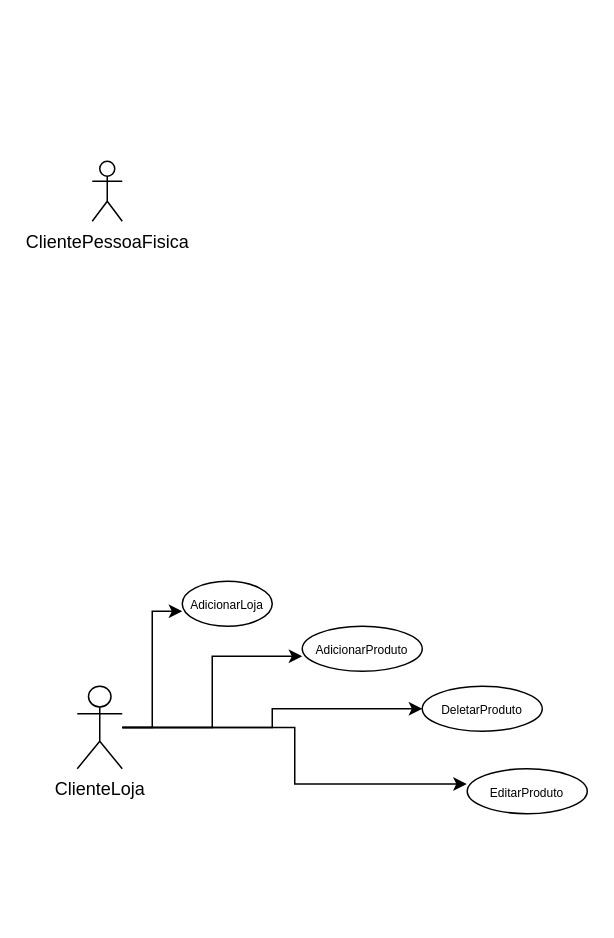
Earlier version of the draw.io diagram DiagramasPIMVII.drawio (GustavoFerreira143/AtividadeSenai). Source tidied: cells renumbered, new cells numbered last; positions are measured from the earlier drawing's top-left corner, leaving out a move shared by most shapes. Both pictures are drawn from the tidied source at 150%, with x=0, y=0 at pixel (76, 160).
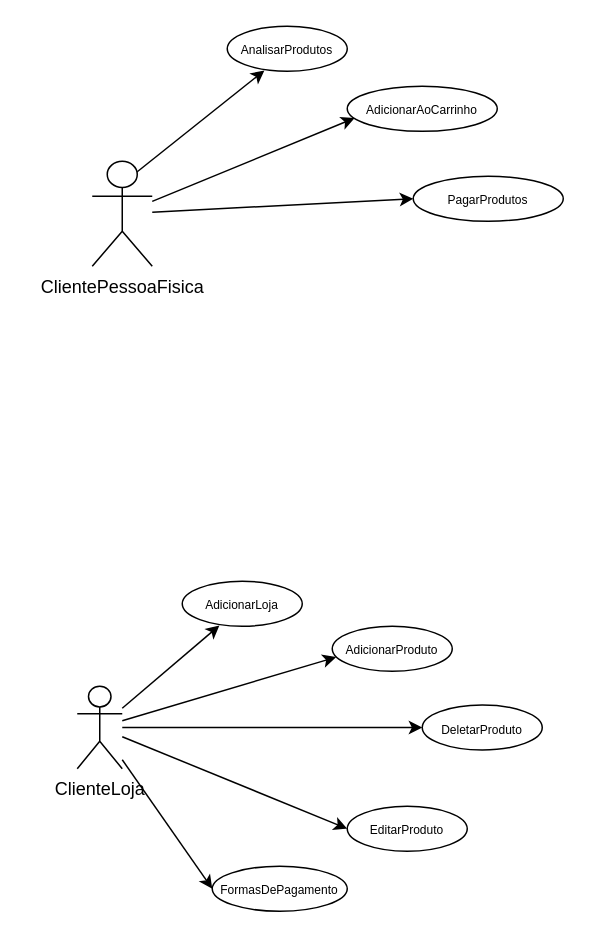
Above is the later version.

Change to the diagram source:
```diff
@@
 <mxGraphModel>
   <root>
     <mxCell id="0" />
     <mxCell id="1" parent="0" />
     <mxCell id="2" value="ClientePessoaFisica" style="shape=umlActor;verticalLabelPosition=bottom;verticalAlign=top;html=1;outlineConnect=0;" parent="1" vertex="1">
-      <mxGeometry x="10" width="20" height="40" as="geometry" />
+      <mxGeometry x="10" width="40" height="70" as="geometry" />
     </mxCell>
+    <mxCell id="5" value="ClienteLoja" style="shape=umlActor;verticalLabelPosition=bottom;verticalAlign=top;html=1;outlineConnect=0;" parent="1" vertex="1">
+      <mxGeometry y="350" width="30" height="55" as="geometry" />
+    </mxCell>
+    <mxCell id="6" value="&lt;font style=&quot;font-size: 8px;&quot;&gt;AdicionarLoja&lt;/font&gt;" style="ellipse;whiteSpace=wrap;html=1;" parent="1" vertex="1">
+      <mxGeometry x="70" y="280" width="80" height="30" as="geometry" />
+    </mxCell>
+    <mxCell id="8" value="&lt;font style=&quot;font-size: 8px;&quot;&gt;AdicionarProduto&lt;/font&gt;" style="ellipse;whiteSpace=wrap;html=1;" parent="1" vertex="1">
+      <mxGeometry x="170" y="310" width="80" height="30" as="geometry" />
+    </mxCell>
+    <mxCell id="10" value="&lt;font style=&quot;font-size: 8px;&quot;&gt;DeletarProduto&lt;/font&gt;" style="ellipse;whiteSpace=wrap;html=1;" parent="1" vertex="1">
+      <mxGeometry x="230" y="362.5" width="80" height="30" as="geometry" />
+    </mxCell>
+    <mxCell id="11" value="&lt;font style=&quot;font-size: 8px;&quot;&gt;EditarProduto&lt;/font&gt;" style="ellipse;whiteSpace=wrap;html=1;" parent="1" vertex="1">
+      <mxGeometry x="180" y="430" width="80" height="30" as="geometry" />
+    </mxCell>
+    <mxCell id="12" value="&lt;span style=&quot;font-size: 8px;&quot;&gt;FormasDePagamento&lt;/span&gt;" style="ellipse;whiteSpace=wrap;html=1;" parent="1" vertex="1">
+      <mxGeometry x="90" y="470" width="90" height="30" as="geometry" />
+    </mxCell>
+    <mxCell id="13" style="endArrow=classic;html=1;rounded=0;entryX=0;entryY=0.5;entryDx=0;entryDy=0;" parent="1" edge="1" source="5" target="12">
+      <mxGeometry relative="1" as="geometry" />
+    </mxCell>
+    <mxCell id="7" style="endArrow=classic;html=1;rounded=0;entryX=0.31;entryY=0.981;entryDx=0;entryDy=0;entryPerimeter=0;" parent="1" edge="1" source="5" target="6">
+      <mxGeometry relative="1" as="geometry" />
+    </mxCell>
+    <mxCell id="9" style="endArrow=classic;html=1;rounded=0;entryX=0.032;entryY=0.686;entryDx=0;entryDy=0;entryPerimeter=0;" parent="1" edge="1" source="5" target="8">
+      <mxGeometry relative="1" as="geometry" />
+    </mxCell>
-    <mxCell id="3" style="edgeStyle=orthogonalEdgeStyle;rounded=0;jettySize=auto;html=1;entryX=0;entryY=0.5;entryDx=0;entryDy=0;" parent="1" edge="1" source="5" target="10">
+    <mxCell id="3" style="endArrow=classic;html=1;rounded=0;entryX=0;entryY=0.5;entryDx=0;entryDy=0;" parent="1" edge="1" source="5" target="10">
       <mxGeometry relative="1" as="geometry" />
     </mxCell>
-    <mxCell id="4" style="edgeStyle=orthogonalEdgeStyle;rounded=0;jettySize=auto;html=1;entryX=-0.004;entryY=0.338;entryDx=0;entryDy=0;entryPerimeter=0;" parent="1" edge="1" source="5" target="11">
+    <mxCell id="4" style="endArrow=classic;html=1;rounded=0;entryX=0;entryY=0.5;entryDx=0;entryDy=0;" parent="1" edge="1" source="5" target="11">
       <mxGeometry relative="1" as="geometry" />
     </mxCell>
-    <mxCell id="5" value="ClienteLoja" style="shape=umlActor;verticalLabelPosition=bottom;verticalAlign=top;html=1;outlineConnect=0;" parent="1" vertex="1">
-      <mxGeometry y="350" width="30" height="55" as="geometry" />
-    </mxCell>
-    <mxCell id="6" value="&lt;font style=&quot;font-size: 8px;&quot;&gt;AdicionarLoja&lt;/font&gt;" style="ellipse;whiteSpace=wrap;html=1;" parent="1" vertex="1">
-      <mxGeometry x="70" y="280" width="60" height="30" as="geometry" />
-    </mxCell>
-    <mxCell id="7" style="edgeStyle=orthogonalEdgeStyle;rounded=0;jettySize=auto;html=1;entryX=0;entryY=0.667;entryDx=0;entryDy=0;entryPerimeter=0;" parent="1" edge="1" source="5" target="6">
-      <mxGeometry relative="1" as="geometry" />
-    </mxCell>
-    <mxCell id="8" value="&lt;font style=&quot;font-size: 8px;&quot;&gt;AdicionarProduto&lt;/font&gt;" style="ellipse;whiteSpace=wrap;html=1;" parent="1" vertex="1">
-      <mxGeometry x="150" y="310" width="80" height="30" as="geometry" />
-    </mxCell>
-    <mxCell id="9" style="edgeStyle=orthogonalEdgeStyle;rounded=0;jettySize=auto;html=1;entryX=0;entryY=0.667;entryDx=0;entryDy=0;entryPerimeter=0;" parent="1" edge="1" source="5" target="8">
-      <mxGeometry relative="1" as="geometry" />
-    </mxCell>
-    <mxCell id="10" value="&lt;font style=&quot;font-size: 8px;&quot;&gt;DeletarProduto&lt;/font&gt;" style="ellipse;whiteSpace=wrap;html=1;" parent="1" vertex="1">
-      <mxGeometry x="230" y="350" width="80" height="30" as="geometry" />
-    </mxCell>
-    <mxCell id="11" value="&lt;font style=&quot;font-size: 8px;&quot;&gt;EditarProduto&lt;/font&gt;" style="ellipse;whiteSpace=wrap;html=1;" parent="1" vertex="1">
-      <mxGeometry x="260" y="405" width="80" height="30" as="geometry" />
-    </mxCell>
+    <mxCell id="14" value="&lt;font style=&quot;font-size: 8px;&quot;&gt;AnalisarProdutos&lt;/font&gt;" style="ellipse;whiteSpace=wrap;html=1;" parent="1" vertex="1">
+      <mxGeometry x="100" y="-90" width="80" height="30" as="geometry" />
+    </mxCell>
+    <mxCell id="15" style="endArrow=classic;html=1;rounded=0;entryX=0.31;entryY=0.981;entryDx=0;entryDy=0;entryPerimeter=0;exitX=0.75;exitY=0.1;exitDx=0;exitDy=0;exitPerimeter=0;" parent="1" edge="1" source="2" target="14">
+      <mxGeometry relative="1" as="geometry" />
+    </mxCell>
+    <mxCell id="16" value="&lt;font style=&quot;font-size: 8px;&quot;&gt;AdicionarAoCarrinho&lt;/font&gt;" style="ellipse;whiteSpace=wrap;html=1;" parent="1" vertex="1">
+      <mxGeometry x="180" y="-50" width="100" height="30" as="geometry" />
+    </mxCell>
+    <mxCell id="17" style="endArrow=classic;html=1;rounded=0;entryX=0.049;entryY=0.708;entryDx=0;entryDy=0;entryPerimeter=0;" parent="1" edge="1" source="2" target="16">
+      <mxGeometry relative="1" as="geometry" />
+    </mxCell>
+    <mxCell id="18" value="&lt;span style=&quot;font-size: 8px;&quot;&gt;PagarProdutos&lt;/span&gt;" style="ellipse;whiteSpace=wrap;html=1;" parent="1" vertex="1">
+      <mxGeometry x="224" y="10" width="100" height="30" as="geometry" />
+    </mxCell>
+    <mxCell id="19" style="endArrow=classic;html=1;rounded=0;entryX=0;entryY=0.5;entryDx=0;entryDy=0;" parent="1" edge="1" source="2" target="18">
+      <mxGeometry relative="1" as="geometry" />
+    </mxCell>
   </root>
 </mxGraphModel>
```
